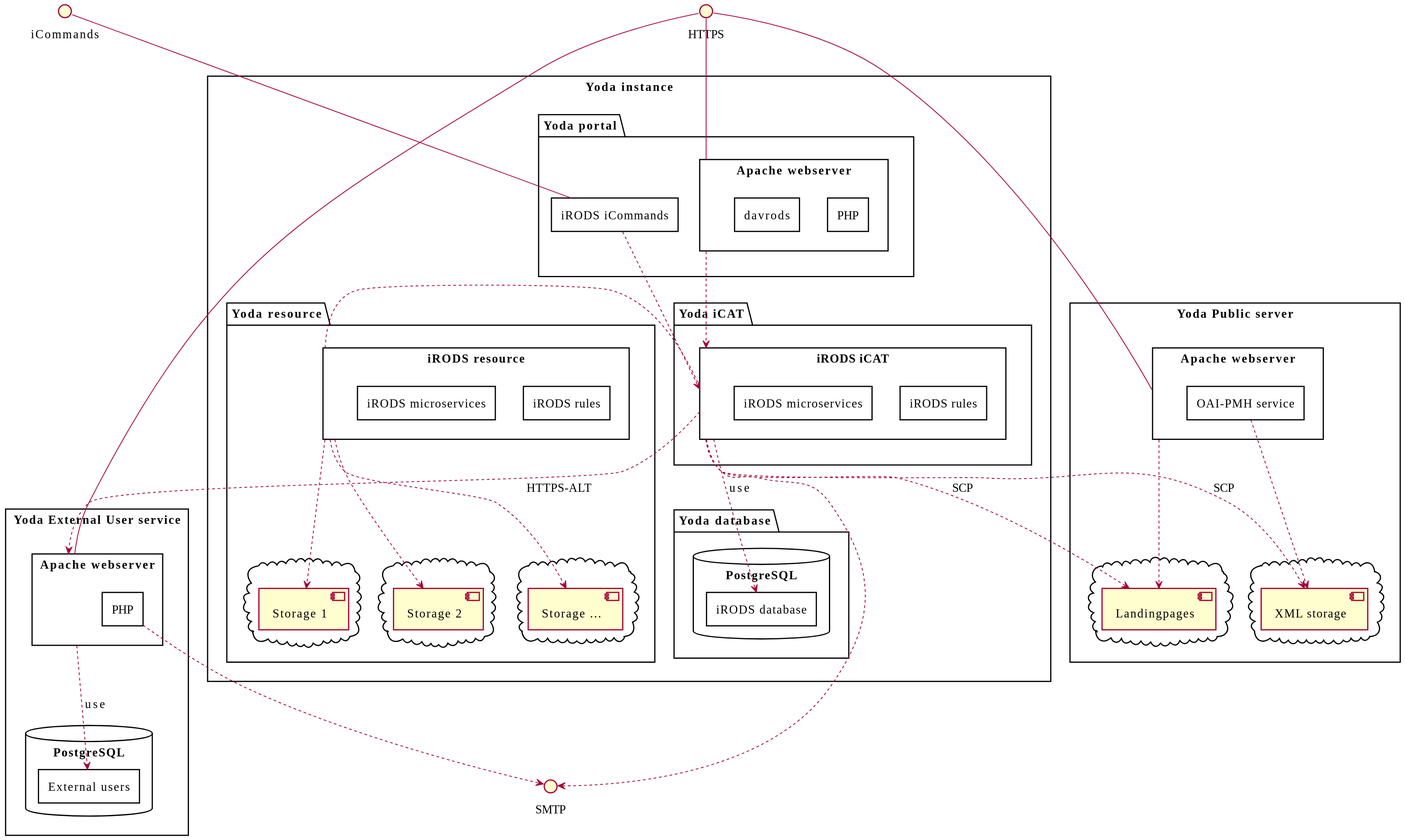
This is docs/design/overview/img/system-overview.svg from UtrechtUniversity/yoda, a PlantUML export, as it was before one commit.
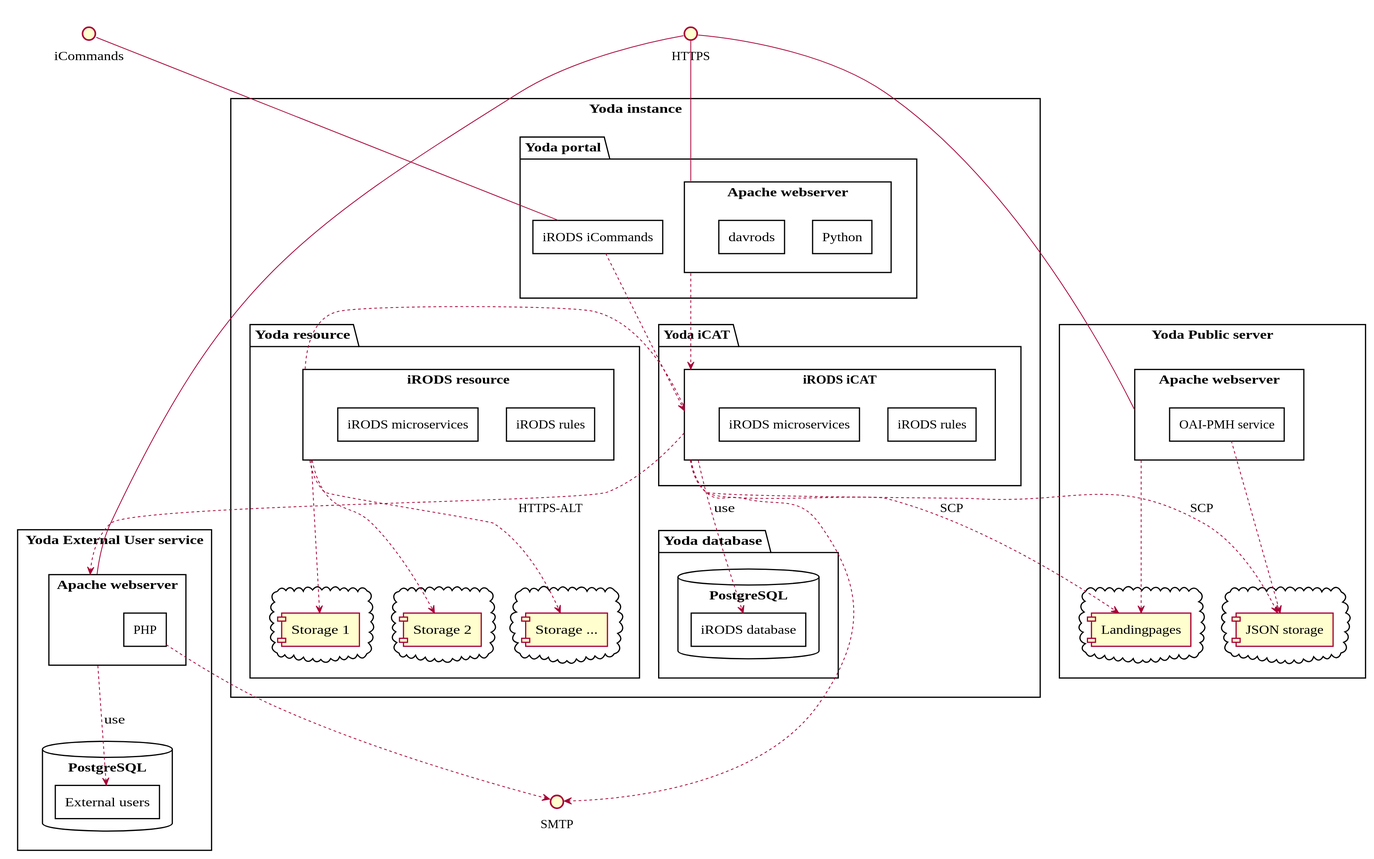
The same diagram one commit later.

Commit message:
Update system overview diagram.

The edit, as a diff of the source:
```diff
@@ -10,7 +10,7 @@
 
     package "Yoda portal" {
         rectangle "Apache webserver" as portalweb {
-            rectangle "PHP" as portalphp {
+            rectangle "Python" as python {
             }
             rectangle "davrods" as davrods {
             }
@@ -76,7 +76,7 @@
     }
 
     cloud {
-      [XML storage]
+      [JSON storage]
     }
 
     cloud {
@@ -84,7 +84,7 @@
     }
 
     publicweb .d.> [Landingpages]
-    moai .d.> [XML storage]
+    moai .d.> [JSON storage]
 }
 
 rectangle "Yoda External User service" {
@@ -105,7 +105,7 @@
 HTTPS -r- publicweb
 HTTPS -r- extweb
 iCommands -- icommands
-provider .d.> [XML storage] : SCP
+provider .d.> [JSON storage] : SCP
 provider .d.> [Landingpages] : SCP
 provider .d.> extweb : HTTPS-ALT
 
```
